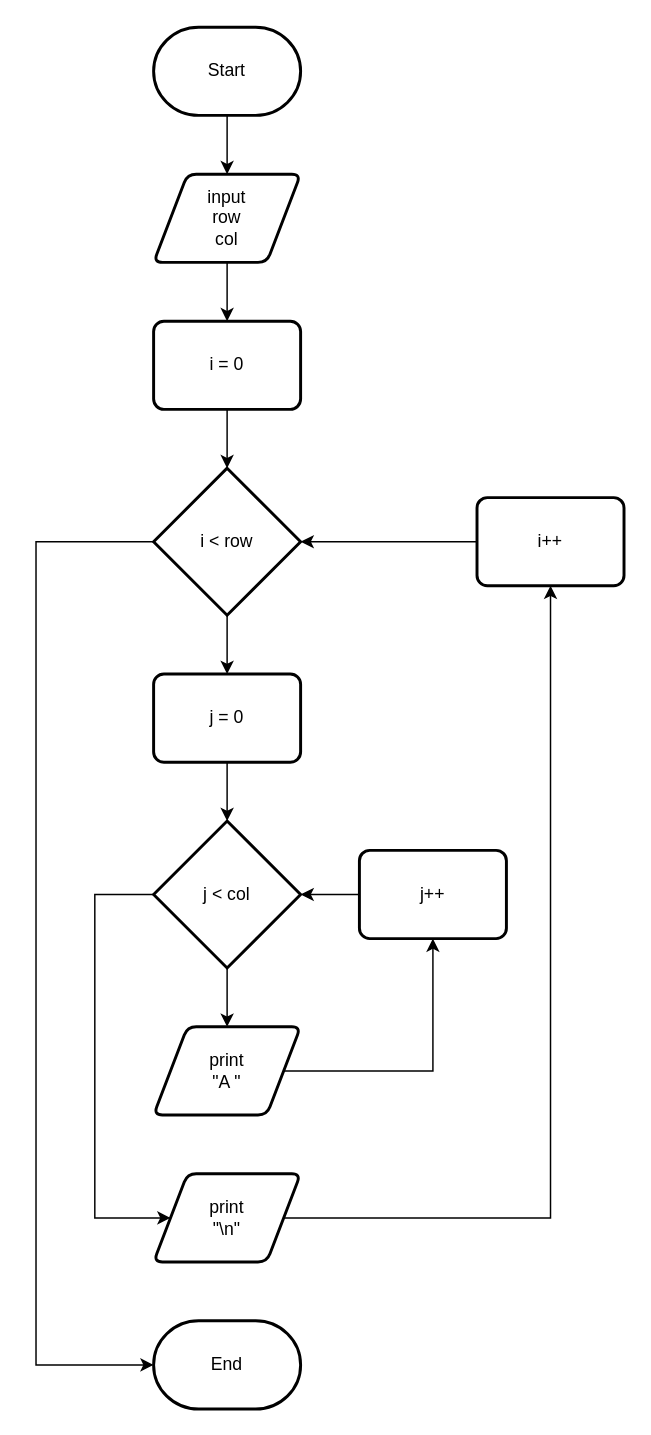
Earlier version of the draw.io diagram praktikum 4/pendahuluan1.drawio (DoubleA478/alprog). Source tidied: cells renumbered, new cells numbered last; positions are measured from the earlier drawing's top-left corner, leaving out a move shared by most shapes. Both pictures are drawn from the tidied source at 147%, with x=0, y=0 at pixel (35, 26).
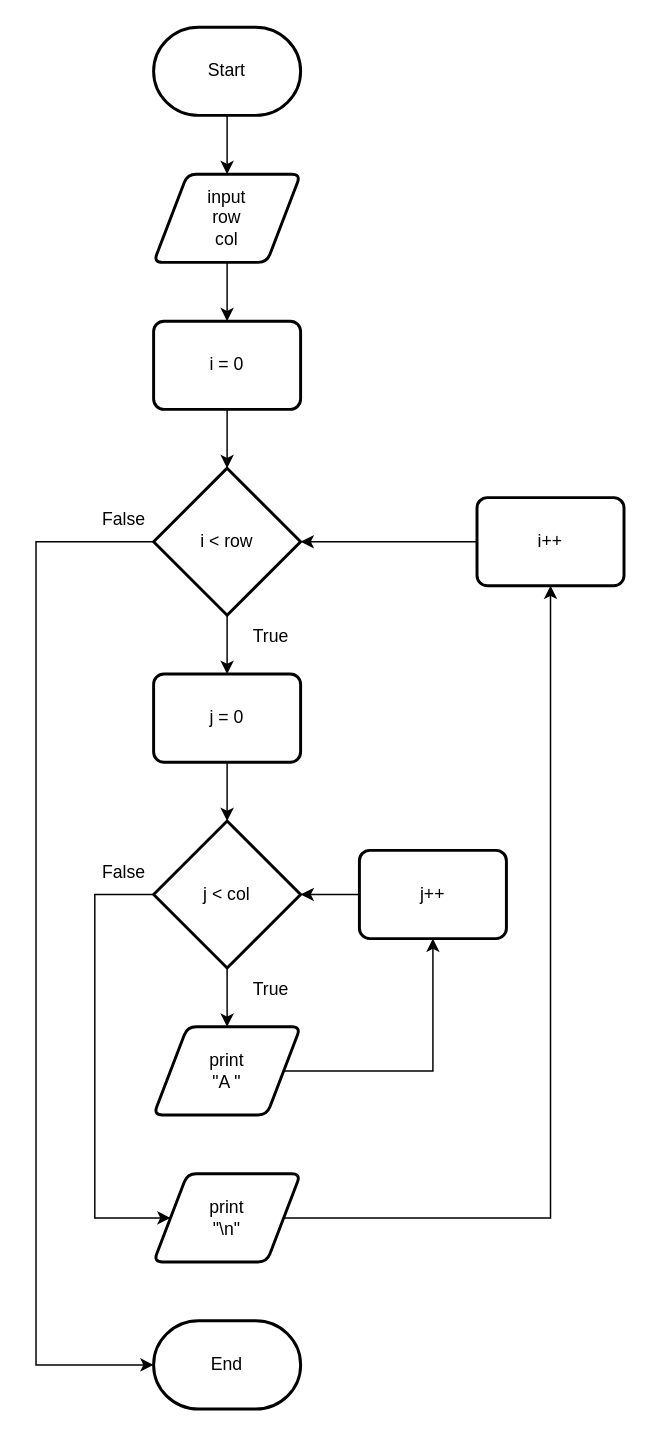
The same diagram, later.

What changed in the source:
```diff
@@
+    <mxCell id="25" value="&lt;div&gt;True&lt;/div&gt;" style="text;html=1;strokeColor=none;fillColor=none;align=center;verticalAlign=middle;whiteSpace=wrap;rounded=0;" parent="1" vertex="1">
+      <mxGeometry x="130" y="400" width="60" height="30" as="geometry" />
+    </mxCell>
+    <mxCell id="26" value="&lt;div&gt;True&lt;/div&gt;" style="text;html=1;strokeColor=none;fillColor=none;align=center;verticalAlign=middle;whiteSpace=wrap;rounded=0;" parent="1" vertex="1">
+      <mxGeometry x="130" y="640" width="60" height="30" as="geometry" />
+    </mxCell>
+    <mxCell id="27" value="False" style="text;html=1;strokeColor=none;fillColor=none;align=center;verticalAlign=middle;whiteSpace=wrap;rounded=0;" parent="1" vertex="1">
+      <mxGeometry x="30" y="560" width="60" height="30" as="geometry" />
+    </mxCell>
+    <mxCell id="28" value="False" style="text;html=1;strokeColor=none;fillColor=none;align=center;verticalAlign=middle;whiteSpace=wrap;rounded=0;" parent="1" vertex="1">
+      <mxGeometry x="30" y="320" width="60" height="30" as="geometry" />
+    </mxCell>
```
